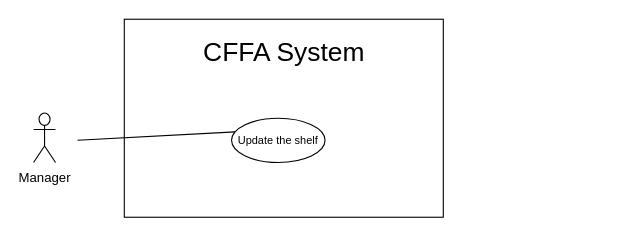
Earlier version of the draw.io diagram page "UpdateShelf" (4 of 26) of Users/HuuDN/UsecaseDiagram/Manager/Overview.drawio (luannmdev/CapstoneDocument). Source tidied: cells renumbered, new cells numbered last; positions are measured from the earlier drawing's top-left corner, leaving out a move shared by most shapes. Both pictures are drawn from the tidied source at 110%, with x=0, y=0 at pixel (33, 19).
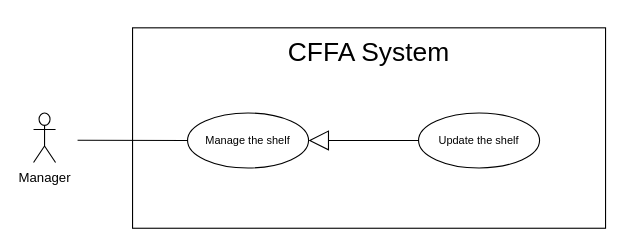
Above is the later version.

What changed in the source:
```diff
@@
 <mxGraphModel>
   <root>
-    <mxCell id="0" />
-    <mxCell id="1" parent="0" />
-    <mxCell id="2" style="rounded=0;whiteSpace=wrap;html=1;" parent="1" vertex="1">
-      <mxGeometry x="82.5" width="290" height="180" as="geometry" />
-    </mxCell>
+    <mxCell id="7" />
+    <mxCell id="8" parent="7" />
+    <mxCell id="9" style="rounded=0;whiteSpace=wrap;html=1;" parent="8" vertex="1">
+      <mxGeometry x="90" y="7.8" width="430" height="182.2" as="geometry" />
+    </mxCell>
-    <mxCell id="3" value="&lt;span style=&quot;font-size: 24px&quot;&gt;CFFA System&lt;/span&gt;" style="text;html=1;strokeColor=none;fillColor=none;align=center;verticalAlign=middle;whiteSpace=wrap;rounded=0;" parent="1" vertex="1">
-      <mxGeometry x="62.5" y="20" width="330" height="20" as="geometry" />
+    <mxCell id="3" value="&lt;span style=&quot;font-size: 24px&quot;&gt;CFFA System&lt;/span&gt;" style="text;html=1;strokeColor=none;fillColor=none;align=center;verticalAlign=middle;whiteSpace=wrap;rounded=0;" parent="8" vertex="1">
+      <mxGeometry x="140" y="20" width="330" height="20" as="geometry" />
     </mxCell>
-    <mxCell id="4" value="Manager" style="shape=umlActor;verticalLabelPosition=bottom;verticalAlign=top;html=1;" parent="1" vertex="1">
+    <mxCell id="4" value="Manager" style="shape=umlActor;verticalLabelPosition=bottom;verticalAlign=top;html=1;" parent="8" vertex="1">
       <mxGeometry y="85.2" width="20" height="45" as="geometry" />
     </mxCell>
+    <mxCell id="10" value="&lt;font style=&quot;font-size: 10px&quot;&gt;Manage the shelf&lt;br&gt;&lt;/font&gt;" style="ellipse;whiteSpace=wrap;html=1;fillColor=#ffffff;gradientColor=none;" parent="8" vertex="1">
+      <mxGeometry x="140" y="85.2" width="110" height="50" as="geometry" />
+    </mxCell>
+    <mxCell id="11" style="endArrow=none;html=1;rounded=0;exitX=0;exitY=0.5;exitDx=0;exitDy=0;" parent="8" edge="1" source="10">
+      <mxGeometry relative="1" as="geometry">
+        <mxPoint x="40" y="110" as="targetPoint" />
+      </mxGeometry>
+    </mxCell>
+    <mxCell id="12" style="endArrow=block;endSize=16;endFill=0;html=1;exitX=0;exitY=0.5;exitDx=0;exitDy=0;" parent="8" edge="1" source="5" target="10">
+      <mxGeometry relative="1" as="geometry" />
+    </mxCell>
-    <mxCell id="5" value="&lt;font style=&quot;font-size: 10px&quot;&gt;Update the shelf&lt;br&gt;&lt;/font&gt;" style="ellipse;whiteSpace=wrap;html=1;fillColor=#ffffff;gradientColor=none;" parent="1" vertex="1">
-      <mxGeometry x="180" y="90" width="85" height="40.2" as="geometry" />
+    <mxCell id="5" value="&lt;font style=&quot;font-size: 10px&quot;&gt;Update the shelf&lt;br&gt;&lt;/font&gt;" style="ellipse;whiteSpace=wrap;html=1;fillColor=#ffffff;gradientColor=none;" parent="8" vertex="1">
+      <mxGeometry x="350" y="85.2" width="110" height="50" as="geometry" />
     </mxCell>
-    <mxCell id="6" style="endArrow=none;html=1;rounded=0;exitX=0.039;exitY=0.308;exitDx=0;exitDy=0;exitPerimeter=0;" parent="1" edge="1" source="5">
-      <mxGeometry relative="1" as="geometry">
-        <mxPoint x="40" y="110" as="targetPoint" />
-      </mxGeometry>
-    </mxCell>
   </root>
 </mxGraphModel>
```
